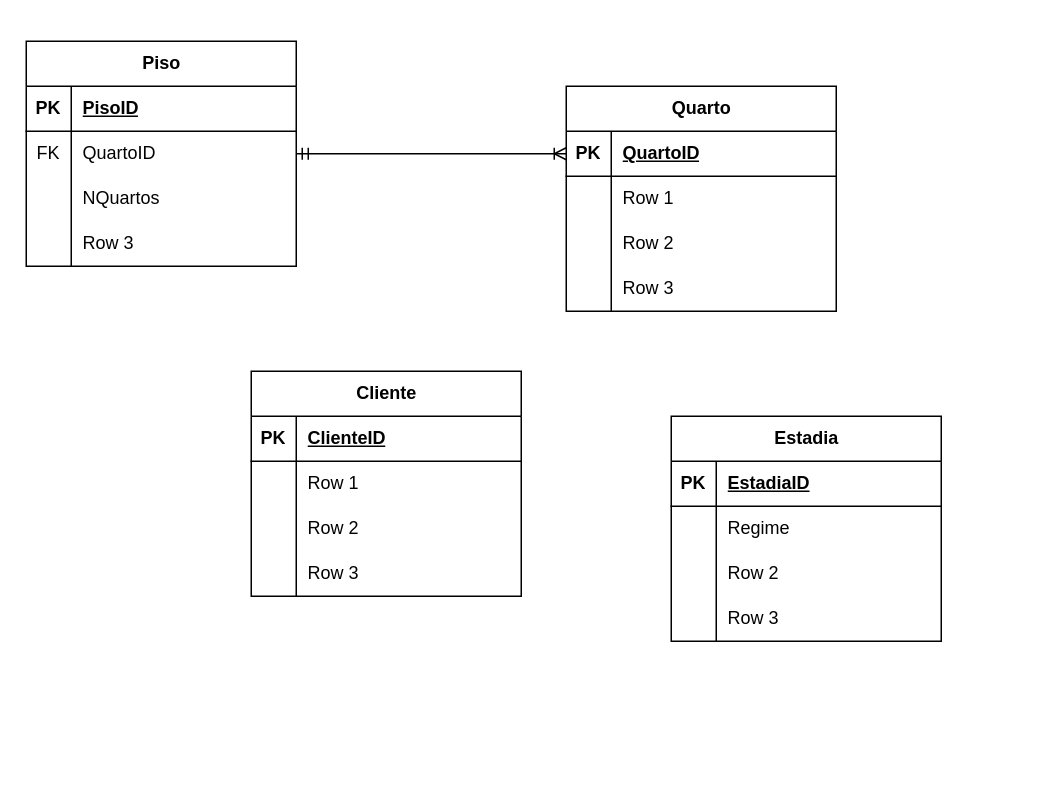
danielarraiol02/tpsi-sgbd-2065422-25 keeps this draw.io diagram as page "Ex. 2 - Hotel" (6 of 8) of Aula_2_Notacao_CrowsFoot.drawio. Above is the earlier version. Source tidied: cells renumbered, new cells numbered last; positions are measured from the earlier drawing's top-left corner, leaving out a move shared by most shapes. Both pictures are drawn from the tidied source at 150%, with x=0, y=0 at pixel (26, 40).
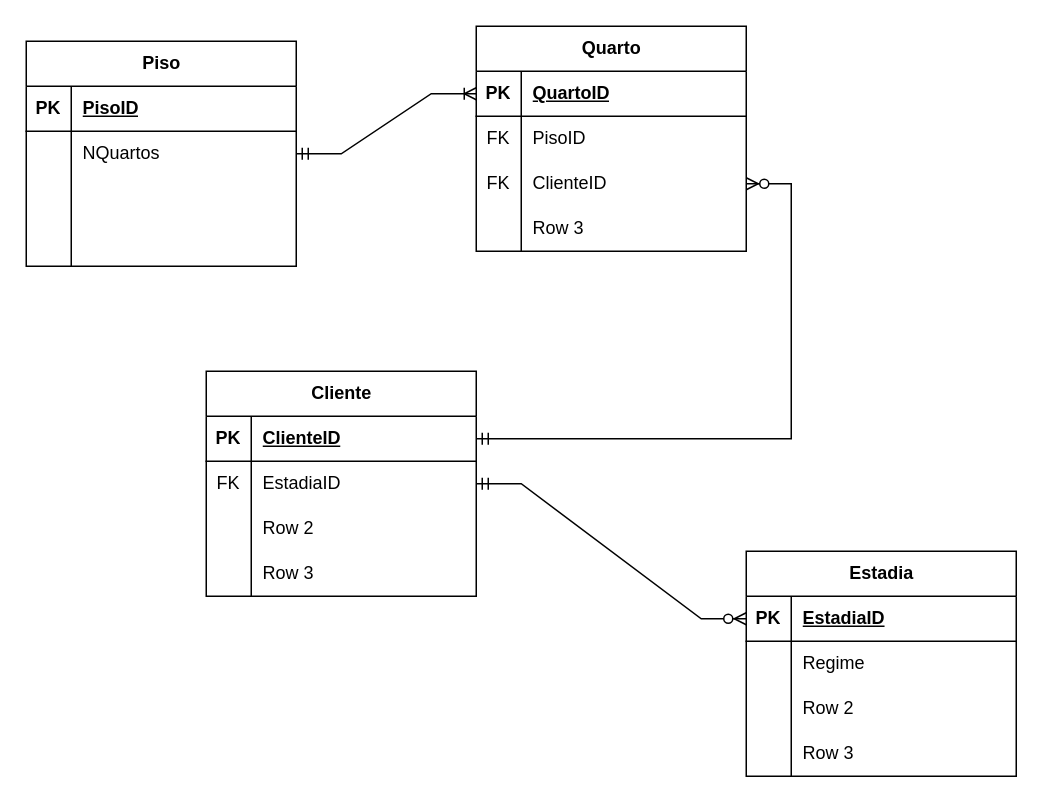
After the change.

The change refers to these unchanged cells:
```xml
<mxCell id="6" style="shape=tableRow;horizontal=0;startSize=0;swimlaneHead=0;swimlaneBody=0;fillColor=none;points=[[0,0.5],[1,0.5]];portConstraint=eastwest;top=0;left=0;right=0;bottom=0;" parent="2" vertex="1">
  <mxGeometry y="60" width="180" height="30" as="geometry" />
</mxCell>
<mxCell id="9" style="shape=tableRow;horizontal=0;startSize=0;swimlaneHead=0;swimlaneBody=0;fillColor=none;top=0;left=0;right=0;bottom=0;" parent="2" vertex="1">
  <mxGeometry y="90" width="180" height="30" as="geometry" />
</mxCell>
<mxCell id="12" style="shape=tableRow;horizontal=0;startSize=0;swimlaneHead=0;swimlaneBody=0;fillColor=none;top=0;left=0;right=0;bottom=0;" parent="2" vertex="1">
  <mxGeometry y="120" width="180" height="30" as="geometry" />
</mxCell>
<mxCell id="19" style="shape=tableRow;horizontal=0;startSize=0;swimlaneHead=0;swimlaneBody=0;fillColor=none;top=0;left=0;right=0;bottom=0;" parent="15" vertex="1">
  <mxGeometry y="60" width="180" height="30" as="geometry" />
</mxCell>
<mxCell id="22" style="shape=tableRow;horizontal=0;startSize=0;swimlaneHead=0;swimlaneBody=0;fillColor=none;points=[[0,0.5],[1,0.5]];portConstraint=eastwest;top=0;left=0;right=0;bottom=0;" parent="15" vertex="1">
  <mxGeometry y="90" width="180" height="30" as="geometry" />
</mxCell>
<mxCell id="29" style="shape=tableRow;horizontal=0;startSize=0;swimlaneHead=0;swimlaneBody=0;fillColor=none;points=[[0,0.5],[1,0.5]];portConstraint=eastwest;top=0;left=0;right=0;bottom=1;" parent="28" vertex="1">
  <mxGeometry y="30" width="180" height="30" as="geometry" />
</mxCell>
<mxCell id="32" style="shape=tableRow;horizontal=0;startSize=0;swimlaneHead=0;swimlaneBody=0;fillColor=none;points=[[0,0.5],[1,0.5]];portConstraint=eastwest;top=0;left=0;right=0;bottom=0;" parent="28" vertex="1">
  <mxGeometry y="60" width="180" height="30" as="geometry" />
</mxCell>
<mxCell id="42" style="shape=tableRow;horizontal=0;startSize=0;swimlaneHead=0;swimlaneBody=0;fillColor=none;points=[[0,0.5],[1,0.5]];portConstraint=eastwest;top=0;left=0;right=0;bottom=1;" parent="41" vertex="1">
  <mxGeometry y="30" width="180" height="30" as="geometry" />
</mxCell>
```

The edit, as a diff of the source:
```diff
@@
-    <mxCell id="7" value="FK" style="shape=partialRectangle;fillColor=none;top=0;left=0;bottom=0;right=0;overflow=hidden;whiteSpace=wrap;html=1;" parent="6" vertex="1">
+    <mxCell id="7" style="shape=partialRectangle;fillColor=none;top=0;left=0;bottom=0;right=0;overflow=hidden;whiteSpace=wrap;html=1;" parent="6" vertex="1">
       <mxGeometry width="30" height="30" as="geometry" />
     </mxCell>
-    <mxCell id="8" value="QuartoID" style="shape=partialRectangle;fillColor=none;top=0;left=0;bottom=0;right=0;align=left;spacingLeft=6;overflow=hidden;whiteSpace=wrap;html=1;" parent="6" vertex="1">
+    <mxCell id="8" value="NQuartos" style="shape=partialRectangle;fillColor=none;top=0;left=0;bottom=0;right=0;align=left;spacingLeft=6;overflow=hidden;whiteSpace=wrap;html=1;" parent="6" vertex="1">
       <mxGeometry x="30" width="150" height="30" as="geometry" />
     </mxCell>
@@
-    <mxCell id="11" value="NQuartos" style="shape=partialRectangle;fillColor=none;top=0;left=0;bottom=0;right=0;align=left;spacingLeft=6;overflow=hidden;whiteSpace=wrap;html=1;" parent="9" vertex="1">
+    <mxCell id="11" style="shape=partialRectangle;fillColor=none;top=0;left=0;bottom=0;right=0;align=left;spacingLeft=6;overflow=hidden;whiteSpace=wrap;html=1;" parent="9" vertex="1">
       <mxGeometry x="30" width="150" height="30" as="geometry" />
     </mxCell>
@@
-    <mxCell id="14" value="Row 3" style="shape=partialRectangle;fillColor=none;top=0;left=0;bottom=0;right=0;align=left;spacingLeft=6;overflow=hidden;whiteSpace=wrap;html=1;" parent="12" vertex="1">
+    <mxCell id="14" style="shape=partialRectangle;fillColor=none;top=0;left=0;bottom=0;right=0;align=left;spacingLeft=6;overflow=hidden;whiteSpace=wrap;html=1;" parent="12" vertex="1">
       <mxGeometry x="30" width="150" height="30" as="geometry" />
     </mxCell>
     <mxCell id="15" value="Quarto" style="shape=table;startSize=30;childLayout=tableLayout;rowLines=0;fontStyle=1;align=center;html=1;" parent="1" vertex="1">
-      <mxGeometry x="360" y="30" width="180" height="150" as="geometry" />
+      <mxGeometry x="300" y="-10" width="180" height="150" as="geometry" />
     </mxCell>
@@
-    <mxCell id="20" style="shape=partialRectangle;fillColor=none;top=0;left=0;bottom=0;right=0;overflow=hidden;whiteSpace=wrap;html=1;" parent="19" vertex="1">
+    <mxCell id="20" value="FK" style="shape=partialRectangle;fillColor=none;top=0;left=0;bottom=0;right=0;overflow=hidden;whiteSpace=wrap;html=1;" parent="19" vertex="1">
       <mxGeometry width="30" height="30" as="geometry" />
     </mxCell>
-    <mxCell id="21" value="Row 1" style="shape=partialRectangle;fillColor=none;top=0;left=0;bottom=0;right=0;align=left;spacingLeft=6;overflow=hidden;whiteSpace=wrap;html=1;" parent="19" vertex="1">
+    <mxCell id="21" value="PisoID" style="shape=partialRectangle;fillColor=none;top=0;left=0;bottom=0;right=0;align=left;spacingLeft=6;overflow=hidden;whiteSpace=wrap;html=1;" parent="19" vertex="1">
       <mxGeometry x="30" width="150" height="30" as="geometry" />
     </mxCell>
@@
-    <mxCell id="23" style="shape=partialRectangle;fillColor=none;top=0;left=0;bottom=0;right=0;overflow=hidden;whiteSpace=wrap;html=1;" parent="22" vertex="1">
+    <mxCell id="23" value="FK" style="shape=partialRectangle;fillColor=none;top=0;left=0;bottom=0;right=0;overflow=hidden;whiteSpace=wrap;html=1;" parent="22" vertex="1">
       <mxGeometry width="30" height="30" as="geometry" />
     </mxCell>
-    <mxCell id="24" value="Row 2" style="shape=partialRectangle;fillColor=none;top=0;left=0;bottom=0;right=0;align=left;spacingLeft=6;overflow=hidden;whiteSpace=wrap;html=1;" parent="22" vertex="1">
+    <mxCell id="24" value="ClienteID" style="shape=partialRectangle;fillColor=none;top=0;left=0;bottom=0;right=0;align=left;spacingLeft=6;overflow=hidden;whiteSpace=wrap;html=1;" parent="22" vertex="1">
       <mxGeometry x="30" width="150" height="30" as="geometry" />
     </mxCell>
@@
     <mxCell id="28" value="Cliente" style="shape=table;startSize=30;childLayout=tableLayout;rowLines=0;fontStyle=1;align=center;html=1;" parent="1" vertex="1">
-      <mxGeometry x="150" y="220" width="180" height="150" as="geometry" />
+      <mxGeometry x="120" y="220" width="180" height="150" as="geometry" />
     </mxCell>
@@
-    <mxCell id="33" style="shape=partialRectangle;fillColor=none;top=0;left=0;bottom=0;right=0;overflow=hidden;whiteSpace=wrap;html=1;" parent="32" vertex="1">
+    <mxCell id="33" value="FK" style="shape=partialRectangle;fillColor=none;top=0;left=0;bottom=0;right=0;overflow=hidden;whiteSpace=wrap;html=1;" parent="32" vertex="1">
       <mxGeometry width="30" height="30" as="geometry" />
     </mxCell>
-    <mxCell id="34" value="Row 1" style="shape=partialRectangle;fillColor=none;top=0;left=0;bottom=0;right=0;align=left;spacingLeft=6;overflow=hidden;whiteSpace=wrap;html=1;" parent="32" vertex="1">
+    <mxCell id="34" value="EstadiaID" style="shape=partialRectangle;fillColor=none;top=0;left=0;bottom=0;right=0;align=left;spacingLeft=6;overflow=hidden;whiteSpace=wrap;html=1;" parent="32" vertex="1">
       <mxGeometry x="30" width="150" height="30" as="geometry" />
     </mxCell>
@@
     <mxCell id="41" value="Estadia" style="shape=table;startSize=30;childLayout=tableLayout;rowLines=0;fontStyle=1;align=center;html=1;" parent="1" vertex="1">
-      <mxGeometry x="430" y="250" width="180" height="150" as="geometry" />
+      <mxGeometry x="480" y="340" width="180" height="150" as="geometry" />
     </mxCell>
@@
+    <mxCell id="55" style="edgeStyle=entityRelationEdgeStyle;fontSize=12;html=1;endArrow=ERzeroToMany;startArrow=ERmandOne;rounded=0;" parent="1" edge="1" source="29" target="22">
+      <mxGeometry relative="1" as="geometry" />
+    </mxCell>
+    <mxCell id="56" style="edgeStyle=entityRelationEdgeStyle;fontSize=12;html=1;endArrow=ERzeroToMany;startArrow=ERmandOne;rounded=0;" parent="1" edge="1" source="32" target="42">
+      <mxGeometry relative="1" as="geometry" />
+    </mxCell>
```
